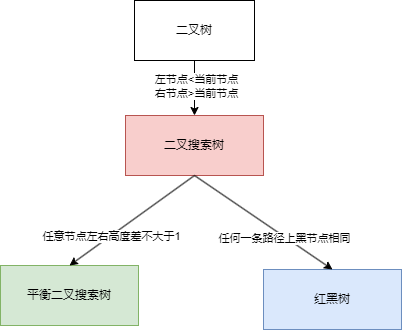
The draw.io diagram CS/算法/二叉树.drawio.png in sirius-zyj/Images, before a commit. Source tidied: cells renumbered, new cells last; positions are measured from the earlier drawing's top-left corner, leaving out a move shared by most shapes. Source of this version:
```xml
<mxGraphModel background="#ffffff">
  <root>
    <mxCell id="0" />
    <mxCell id="1" parent="0" />
    <mxCell id="2" style="edgeStyle=orthogonalEdgeStyle;rounded=0;jettySize=auto;html=1;exitX=0.5;exitY=1;exitDx=0;exitDy=0;entryX=0.5;entryY=0;entryDx=0;entryDy=0;" parent="1" edge="1" source="4" target="5">
      <mxGeometry relative="1" as="geometry" />
    </mxCell>
    <mxCell id="3" value="左节点&amp;lt;当前节点&lt;br&gt;右节点&amp;gt;当前节点" style="edgeLabel;html=1;align=center;verticalAlign=middle;" parent="2" vertex="1">
      <mxGeometry x="-0.09" y="1" relative="1" as="geometry" />
    </mxCell>
    <mxCell id="4" value="二叉树" style="rounded=0;whiteSpace=wrap;html=1;" parent="1" vertex="1">
      <mxGeometry x="134" width="120" height="60" as="geometry" />
    </mxCell>
    <mxCell id="5" value="二叉搜索树" style="rounded=0;whiteSpace=wrap;html=1;fillColor=#f8cecc;strokeColor=#b85450;" parent="1" vertex="1">
      <mxGeometry x="125" y="115" width="138" height="60" as="geometry" />
    </mxCell>
    <mxCell id="6" value="平衡二叉搜索树" style="rounded=0;whiteSpace=wrap;html=1;fillColor=#d5e8d4;strokeColor=#82b366;" parent="1" vertex="1">
      <mxGeometry y="265" width="138" height="60" as="geometry" />
    </mxCell>
    <mxCell id="7" value="红黑树" style="rounded=0;whiteSpace=wrap;html=1;fillColor=#dae8fc;strokeColor=#6c8ebf;" parent="1" vertex="1">
      <mxGeometry x="263" y="269" width="138" height="60" as="geometry" />
    </mxCell>
    <mxCell id="8" style="endArrow=classic;html=1;rounded=0;exitX=0.5;exitY=1;exitDx=0;exitDy=0;entryX=0.5;entryY=0;entryDx=0;entryDy=0;" parent="1" edge="1" source="5" target="6">
      <mxGeometry relative="1" as="geometry" />
    </mxCell>
    <mxCell id="9" value="任意节点左右高度差不大于1" style="edgeLabel;html=1;align=center;verticalAlign=middle;" parent="8" vertex="1">
      <mxGeometry x="0.34" relative="1" as="geometry" />
    </mxCell>
    <mxCell id="10" style="endArrow=classic;html=1;rounded=0;exitX=0.5;exitY=1;exitDx=0;exitDy=0;entryX=0.5;entryY=0;entryDx=0;entryDy=0;" parent="1" edge="1" source="5" target="7">
      <mxGeometry relative="1" as="geometry" />
    </mxCell>
    <mxCell id="11" value="任何一条路径上黑节点相同" style="edgeLabel;html=1;align=center;verticalAlign=middle;" parent="10" vertex="1">
      <mxGeometry x="0.31" y="-1" relative="1" as="geometry" />
    </mxCell>
  </root>
</mxGraphModel>
```
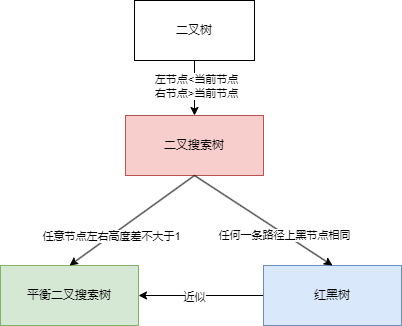
Later version of the same file.

Commit message:
更新二叉树.drawio.png

Change to the diagram source:
```diff
@@ -17,8 +17,14 @@
     <mxCell id="6" value="平衡二叉搜索树" style="rounded=0;whiteSpace=wrap;html=1;fillColor=#d5e8d4;strokeColor=#82b366;" parent="1" vertex="1">
       <mxGeometry y="265" width="138" height="60" as="geometry" />
     </mxCell>
+    <mxCell id="12" style="edgeStyle=orthogonalEdgeStyle;rounded=0;jettySize=auto;html=1;exitX=0;exitY=0.5;exitDx=0;exitDy=0;" parent="1" edge="1" source="7" target="6">
+      <mxGeometry relative="1" as="geometry" />
+    </mxCell>
+    <mxCell id="13" value="近似" style="edgeLabel;html=1;align=center;verticalAlign=middle;" parent="12" vertex="1">
+      <mxGeometry x="0.12" y="1" relative="1" as="geometry" />
+    </mxCell>
     <mxCell id="7" value="红黑树" style="rounded=0;whiteSpace=wrap;html=1;fillColor=#dae8fc;strokeColor=#6c8ebf;" parent="1" vertex="1">
-      <mxGeometry x="263" y="269" width="138" height="60" as="geometry" />
+      <mxGeometry x="263" y="265" width="138" height="60" as="geometry" />
     </mxCell>
     <mxCell id="8" style="endArrow=classic;html=1;rounded=0;exitX=0.5;exitY=1;exitDx=0;exitDy=0;entryX=0.5;entryY=0;entryDx=0;entryDy=0;" parent="1" edge="1" source="5" target="6">
       <mxGeometry relative="1" as="geometry" />
```
